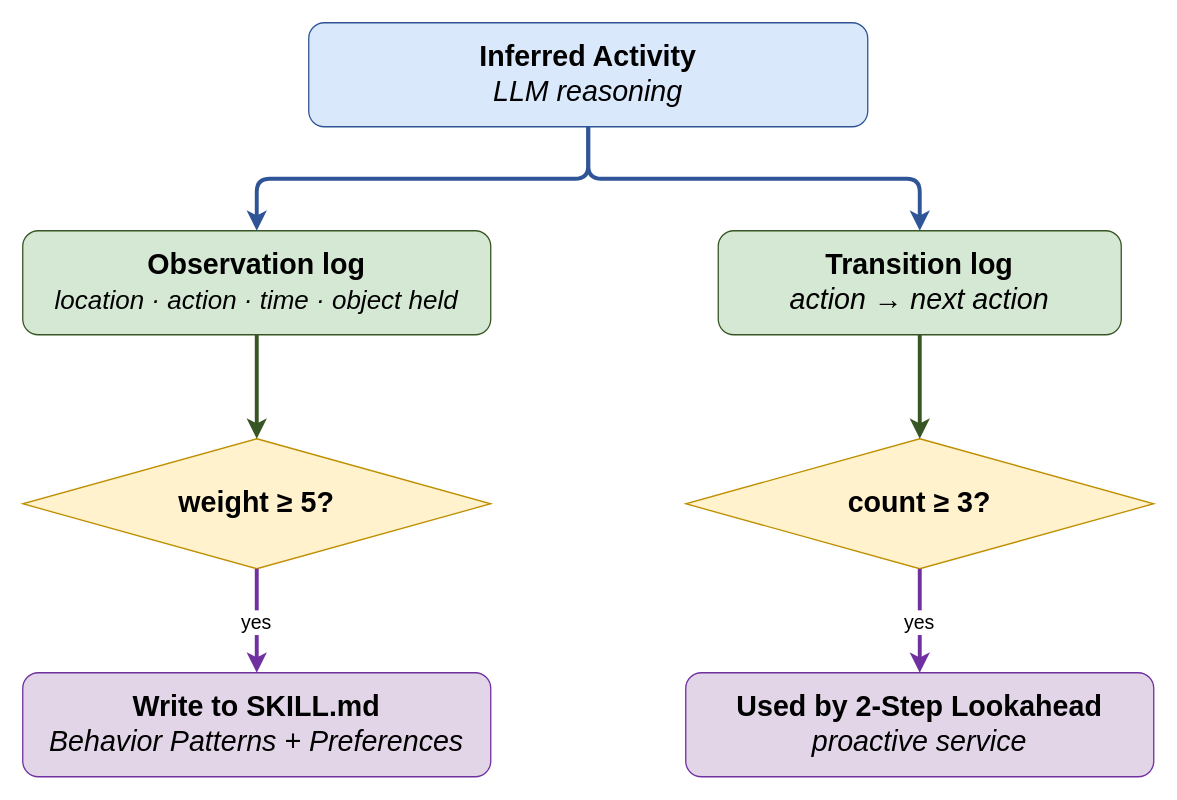
Before: drawch3/3.5_BPA_learning.drawio in wenny2377/pythonBackend3, a draw.io diagram. Source tidied: cells renumbered, new cells numbered last; positions are measured from the earlier drawing's top-left corner, leaving out a move shared by most shapes. Both pictures are drawn from the tidied source at 130%, with x=0, y=0 at pixel (22, 22).
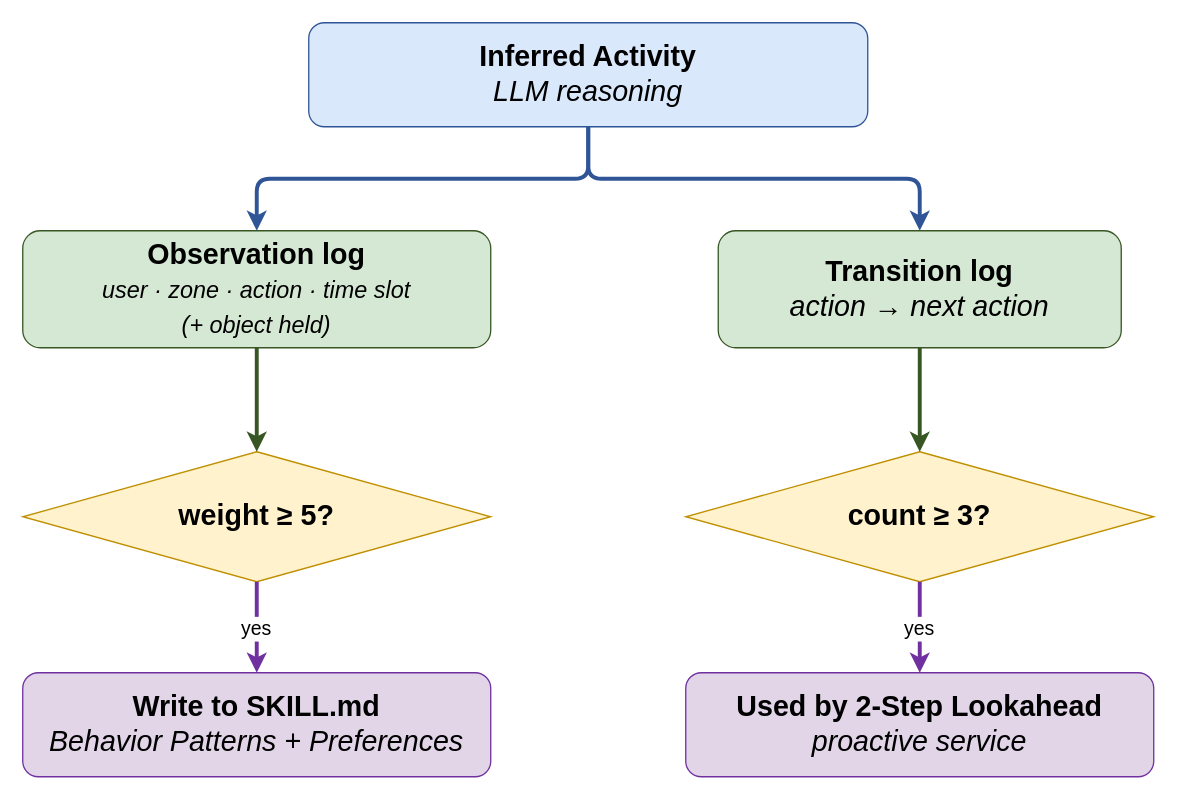
After the change.

Diff of the diagram source:
```diff
@@
 <mxGraphModel>
   <root>
     <mxCell id="0" />
     <mxCell id="1" parent="0" />
     <mxCell id="2" value="Inferred Activity&lt;br&gt;&lt;i style=&quot;font-weight: normal;&quot;&gt;LLM reasoning&lt;/i&gt;" style="rounded=1;whiteSpace=wrap;html=1;fillColor=#dae8fc;strokeColor=#2f5597;fontColor=#000000;fontSize=22;fontStyle=1;" parent="1" vertex="1">
       <mxGeometry x="220" width="430" height="80" as="geometry" />
     </mxCell>
-    <mxCell id="3" value="Observation log&lt;br&gt;&lt;i&gt;&lt;font style=&quot;font-size: 20px; font-weight: normal;&quot;&gt;location · action · time · object held&lt;/font&gt;&lt;/i&gt;" style="rounded=1;whiteSpace=wrap;html=1;fillColor=#d5e8d4;strokeColor=#375623;fontColor=#000000;fontSize=22;fontStyle=1;" parent="1" vertex="1">
-      <mxGeometry y="160" width="360" height="80" as="geometry" />
+    <mxCell id="3" value="Observation log&lt;br&gt;&lt;i&gt;&lt;font style=&quot;font-size: 18px; font-weight: normal;&quot;&gt;user · zone · action · time slot&lt;br&gt;(+ object held)&lt;/font&gt;&lt;/i&gt;" style="rounded=1;whiteSpace=wrap;html=1;fillColor=#d5e8d4;strokeColor=#375623;fontColor=#000000;fontSize=22;fontStyle=1;" parent="1" vertex="1">
+      <mxGeometry y="160" width="360" height="90" as="geometry" />
     </mxCell>
     <mxCell id="4" value="Transition log&lt;br&gt;&lt;i style=&quot;font-weight: normal;&quot;&gt;action → next action&lt;/i&gt;" style="rounded=1;whiteSpace=wrap;html=1;fillColor=#d5e8d4;strokeColor=#375623;fontColor=#000000;fontSize=22;fontStyle=1;" parent="1" vertex="1">
-      <mxGeometry x="535" y="160" width="310" height="80" as="geometry" />
+      <mxGeometry x="535" y="160" width="310" height="90" as="geometry" />
     </mxCell>
     <mxCell id="5" value="&lt;b&gt;weight ≥ 5?&lt;/b&gt;" style="shape=rhombus;whiteSpace=wrap;html=1;fillColor=#fff2cc;strokeColor=#bf8f00;fontColor=#000000;fontSize=22;" parent="1" vertex="1">
-      <mxGeometry y="320" width="360" height="100" as="geometry" />
+      <mxGeometry y="330" width="360" height="100" as="geometry" />
     </mxCell>
     <mxCell id="6" value="&lt;b&gt;count ≥ 3?&lt;/b&gt;" style="shape=rhombus;whiteSpace=wrap;html=1;fillColor=#fff2cc;strokeColor=#bf8f00;fontColor=#000000;fontSize=22;" parent="1" vertex="1">
-      <mxGeometry x="510" y="320" width="360" height="100" as="geometry" />
+      <mxGeometry x="510" y="330" width="360" height="100" as="geometry" />
     </mxCell>
     <mxCell id="7" value="Write to SKILL.md&lt;br&gt;&lt;i style=&quot;font-weight: normal;&quot;&gt;Behavior Patterns + Preferences&lt;/i&gt;" style="rounded=1;whiteSpace=wrap;html=1;fillColor=#e1d5e7;strokeColor=#7030a0;fontColor=#000000;fontSize=22;fontStyle=1;" parent="1" vertex="1">
       <mxGeometry y="500" width="360" height="80" as="geometry" />
     </mxCell>
     <mxCell id="8" value="Used by 2-Step Lookahead&lt;br&gt;&lt;i style=&quot;font-weight: normal;&quot;&gt;proactive service&lt;/i&gt;" style="rounded=1;whiteSpace=wrap;html=1;fillColor=#e1d5e7;strokeColor=#7030a0;fontColor=#000000;fontSize=22;fontStyle=1;" parent="1" vertex="1">
       <mxGeometry x="510" y="500" width="360" height="80" as="geometry" />
     </mxCell>
     <mxCell id="9" style="edgeStyle=orthogonalEdgeStyle;strokeColor=#2f5597;strokeWidth=3;" parent="1" edge="1" source="2" target="3">
       <mxGeometry relative="1" as="geometry" />
     </mxCell>
     <mxCell id="10" style="edgeStyle=orthogonalEdgeStyle;strokeColor=#2f5597;strokeWidth=3;" parent="1" edge="1" source="2" target="4">
       <mxGeometry relative="1" as="geometry" />
     </mxCell>
     <mxCell id="11" style="edgeStyle=orthogonalEdgeStyle;strokeColor=#375623;strokeWidth=3;" parent="1" edge="1" source="3" target="5">
       <mxGeometry relative="1" as="geometry" />
     </mxCell>
     <mxCell id="12" style="edgeStyle=orthogonalEdgeStyle;strokeColor=#375623;strokeWidth=3;" parent="1" edge="1" source="4" target="6">
       <mxGeometry relative="1" as="geometry" />
     </mxCell>
     <mxCell id="13" value="yes" style="edgeStyle=orthogonalEdgeStyle;strokeColor=#7030a0;strokeWidth=3;fontSize=15;" parent="1" edge="1" source="5" target="7">
       <mxGeometry relative="1" as="geometry" />
     </mxCell>
     <mxCell id="14" value="yes" style="edgeStyle=orthogonalEdgeStyle;strokeColor=#7030a0;strokeWidth=3;fontSize=15;" parent="1" edge="1" source="6" target="8">
       <mxGeometry relative="1" as="geometry" />
     </mxCell>
   </root>
 </mxGraphModel>
```
